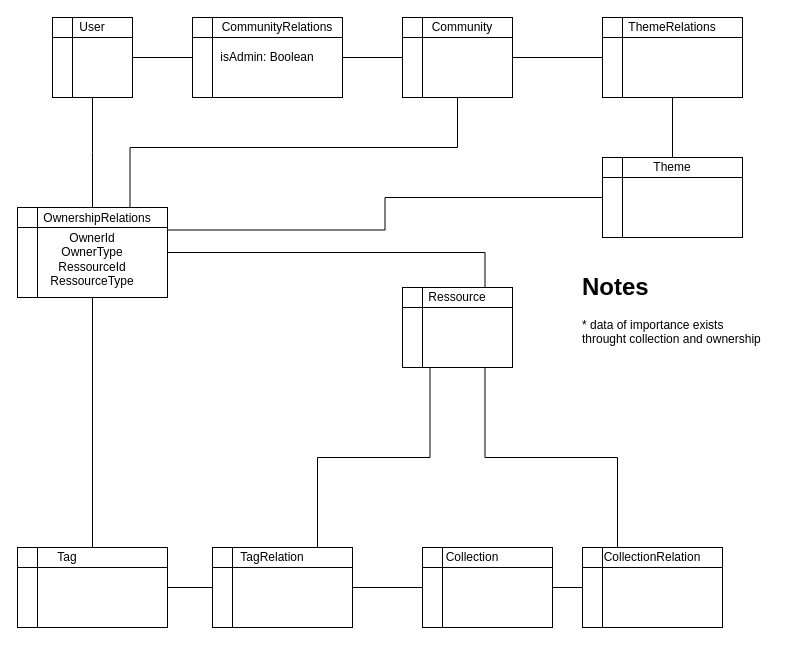
The draw.io diagram page "single-ownership-table" (1 of 4) of documentation/assets/drawio/architecture2.drawio in Canadian-Geospatial-Platform/relations-system, before the edit. Source tidied: cells renumbered, new cells numbered last; positions are measured from the earlier drawing's top-left corner, leaving out a move shared by most shapes. Both pictures are drawn from the tidied source at 100%, with x=0, y=0 at pixel (17, 17).
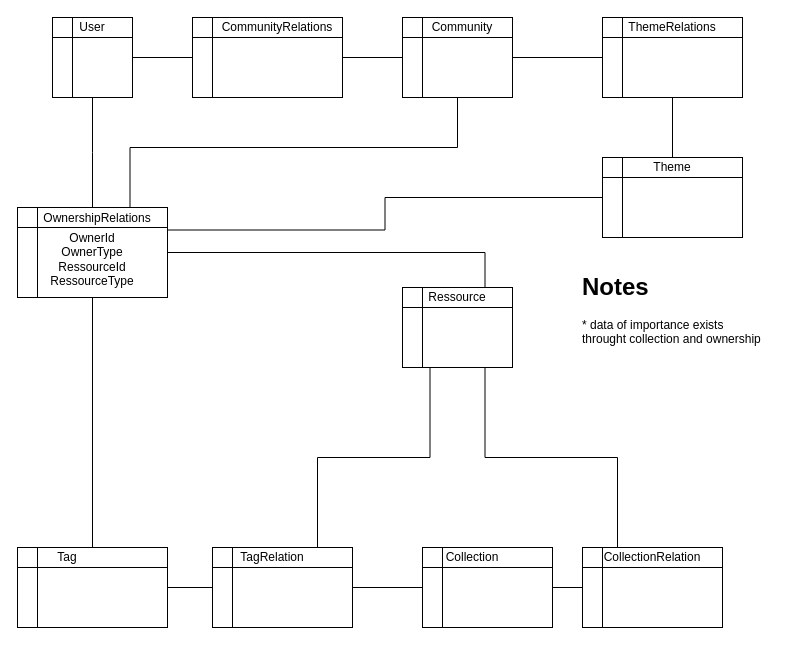
Above is the later version.

The change refers to these unchanged cells:
```xml
<mxCell id="9" style="group;" parent="1" vertex="1">
  <mxGeometry x="175" width="150" height="80" as="geometry" />
</mxCell>
```

What changed in the source:
```diff
@@
-    <mxCell id="10" value="isAdmin: Boolean" style="shape=internalStorage;whiteSpace=wrap;html=1;backgroundOutline=1;" parent="9" vertex="1">
+    <mxCell id="10" style="shape=internalStorage;whiteSpace=wrap;html=1;backgroundOutline=1;" parent="9" vertex="1">
       <mxGeometry width="150" height="80" as="geometry" />
     </mxCell>
```
